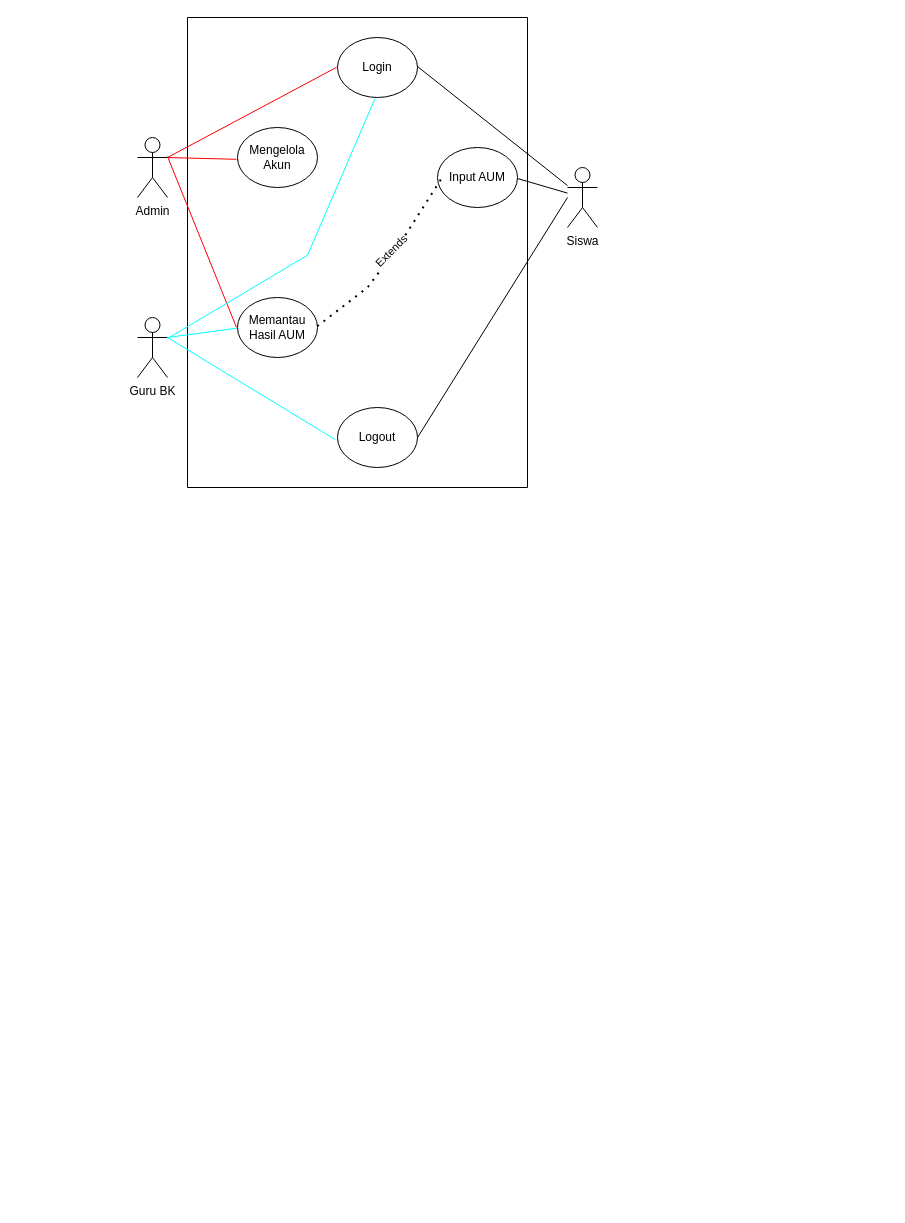
The draw.io diagram High-Level/AUM/Use Case.drawio in Fyonietz/Project-Architectures, before the edit. Source tidied: cells renumbered, new cells numbered last; positions are measured from the earlier drawing's top-left corner, leaving out a move shared by most shapes. Both pictures are drawn from the tidied source at 100%, with x=0, y=0 at pixel (137, 17).
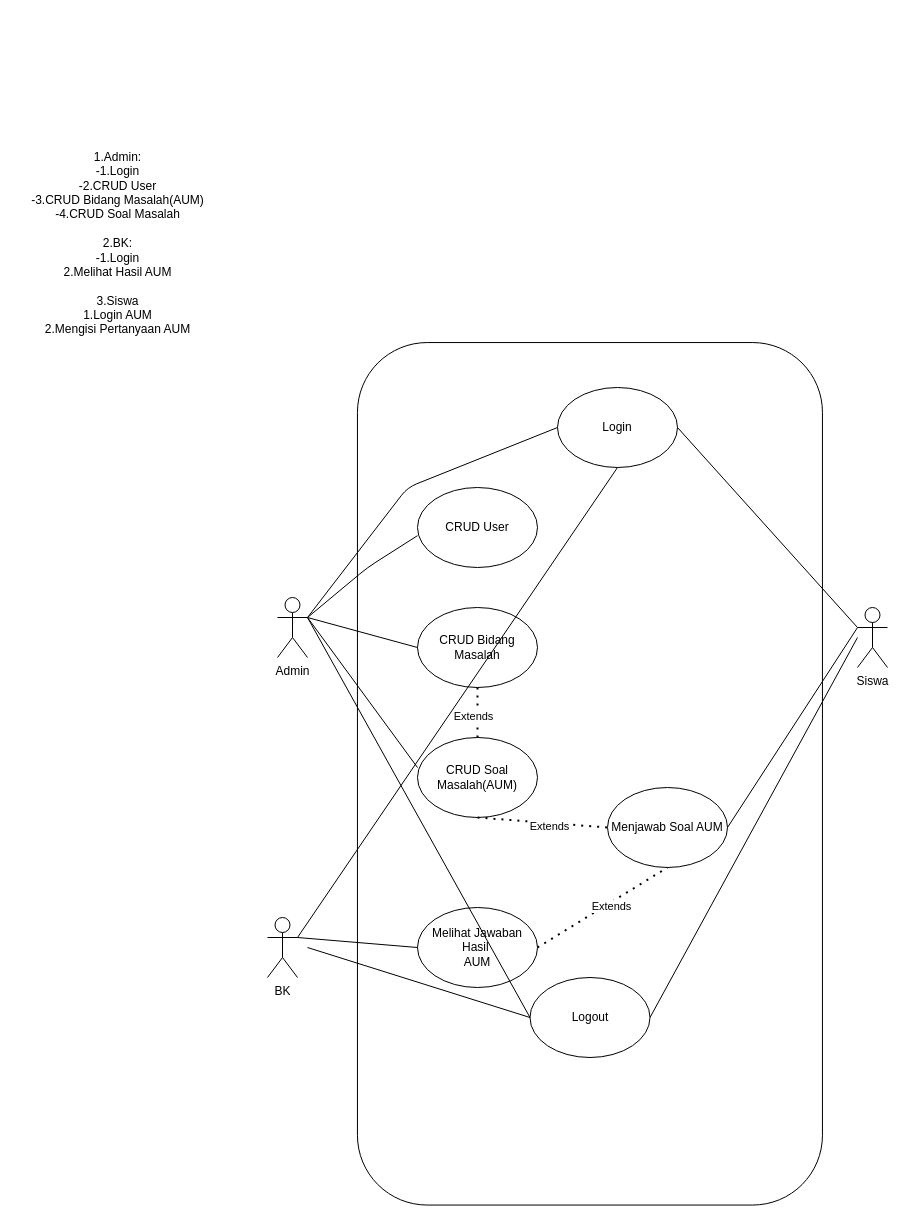
After the change.

The edit, as a diff of the source:
```diff
@@
+    <mxCell id="25" style="rounded=1;whiteSpace=wrap;html=1;rotation=90;" parent="1" vertex="1">
+      <mxGeometry x="21.2" y="523.8" width="862.5" height="465" as="geometry" />
+    </mxCell>
+    <mxCell id="24" value="1.Admin:&lt;div&gt;-1.Logi&lt;span style=&quot;background-color: transparent;&quot;&gt;n&lt;/span&gt;&lt;/div&gt;&lt;div&gt;-2.CRUD User&lt;/div&gt;&lt;div&gt;-3.CRUD Bidang Masalah(AUM)&lt;/div&gt;&lt;div&gt;-4.CRUD Soal Masalah&lt;/div&gt;&lt;div&gt;&lt;br&gt;&lt;/div&gt;&lt;div&gt;2.BK:&lt;/div&gt;&lt;div&gt;-1.Login&lt;/div&gt;&lt;div&gt;2.Melihat Hasil AUM&lt;/div&gt;&lt;div&gt;&lt;br&gt;&lt;/div&gt;&lt;div&gt;3.Siswa&lt;/div&gt;&lt;div&gt;1.Login AUM&lt;/div&gt;&lt;div&gt;2.Mengisi Pertanyaan AUM&lt;br&gt;&lt;div&gt;&lt;span style=&quot;background-color: transparent;&quot;&gt;&lt;br&gt;&lt;/span&gt;&lt;/div&gt;&lt;/div&gt;" style="text;html=1;align=center;verticalAlign=middle;strokeColor=none;fillColor=none;" parent="1" vertex="1">
+      <mxGeometry x="-120" y="128" width="200" height="210" as="geometry" />
+    </mxCell>
+    <mxCell id="8" value="Login" style="ellipse;whiteSpace=wrap;html=1;" parent="1" vertex="1">
+      <mxGeometry x="420" y="370" width="120" height="80" as="geometry" />
+    </mxCell>
+    <mxCell id="26" value="CRUD User" style="ellipse;whiteSpace=wrap;html=1;" parent="1" vertex="1">
+      <mxGeometry x="280" y="470" width="120" height="80" as="geometry" />
+    </mxCell>
+    <mxCell id="27" value="CRUD Bidang Masalah" style="ellipse;whiteSpace=wrap;html=1;" parent="1" vertex="1">
+      <mxGeometry x="280" y="590" width="120" height="80" as="geometry" />
+    </mxCell>
+    <mxCell id="28" value="CRUD Soal Masalah(AUM)" style="ellipse;whiteSpace=wrap;html=1;" parent="1" vertex="1">
+      <mxGeometry x="280" y="720" width="120" height="80" as="geometry" />
+    </mxCell>
+    <mxCell id="29" style="endArrow=none;dashed=1;html=1;dashPattern=1 3;strokeWidth=2;entryX=0.5;entryY=1;entryDx=0;entryDy=0;exitX=0.5;exitY=0;exitDx=0;exitDy=0;" parent="1" edge="1" source="28" target="27">
+      <mxGeometry relative="1" as="geometry" />
+    </mxCell>
+    <mxCell id="30" value="Extends" style="edgeLabel;html=1;align=center;verticalAlign=middle;" parent="29" vertex="1">
+      <mxGeometry x="-0.12" y="5" relative="1" as="geometry" />
+    </mxCell>
     <mxCell id="2" value="Admin" style="shape=umlActor;verticalLabelPosition=bottom;verticalAlign=top;html=1;outlineConnect=0;" parent="1" vertex="1">
-      <mxGeometry y="120" width="30" height="60" as="geometry" />
+      <mxGeometry x="140" y="580" width="30" height="60" as="geometry" />
     </mxCell>
-    <mxCell id="3" value="Guru BK" style="shape=umlActor;verticalLabelPosition=bottom;verticalAlign=top;html=1;outlineConnect=0;" parent="1" vertex="1">
-      <mxGeometry y="300" width="30" height="60" as="geometry" />
-    </mxCell>
+    <mxCell id="31" style="endArrow=none;html=1;entryX=0;entryY=0.5;entryDx=0;entryDy=0;exitX=1;exitY=0.3333333333333333;exitDx=0;exitDy=0;exitPerimeter=0;" parent="1" edge="1" source="2" target="8">
+      <mxGeometry relative="1" as="geometry">
+        <Array as="points">
+          <mxPoint x="270" y="470" />
+        </Array>
+      </mxGeometry>
+    </mxCell>
+    <mxCell id="32" style="endArrow=none;html=1;entryX=0;entryY=0.602;entryDx=0;entryDy=0;entryPerimeter=0;" parent="1" edge="1" target="26">
+      <mxGeometry relative="1" as="geometry">
+        <mxPoint x="170" y="600" as="sourcePoint" />
+        <Array as="points">
+          <mxPoint x="230" y="550" />
+        </Array>
+      </mxGeometry>
+    </mxCell>
+    <mxCell id="33" style="endArrow=none;html=1;entryX=0;entryY=0.5;entryDx=0;entryDy=0;" parent="1" edge="1" target="27">
+      <mxGeometry relative="1" as="geometry">
+        <mxPoint x="170" y="600" as="sourcePoint" />
+      </mxGeometry>
+    </mxCell>
+    <mxCell id="34" style="endArrow=none;html=1;entryX=0;entryY=0.375;entryDx=0;entryDy=0;entryPerimeter=0;exitX=1;exitY=0.3333333333333333;exitDx=0;exitDy=0;exitPerimeter=0;" parent="1" edge="1" source="2" target="28">
+      <mxGeometry relative="1" as="geometry" />
+    </mxCell>
+    <mxCell id="35" value="Menjawab Soal AUM" style="ellipse;whiteSpace=wrap;html=1;" parent="1" vertex="1">
+      <mxGeometry x="470" y="770" width="120" height="80" as="geometry" />
+    </mxCell>
+    <mxCell id="36" style="endArrow=none;dashed=1;html=1;dashPattern=1 3;strokeWidth=2;entryX=0;entryY=0.5;entryDx=0;entryDy=0;exitX=0.5;exitY=1;exitDx=0;exitDy=0;" parent="1" edge="1" source="28" target="35">
+      <mxGeometry relative="1" as="geometry" />
+    </mxCell>
+    <mxCell id="37" value="Extends" style="edgeLabel;html=1;align=center;verticalAlign=middle;" parent="36" vertex="1">
+      <mxGeometry x="0.11" y="-3" relative="1" as="geometry" />
+    </mxCell>
     <mxCell id="4" value="Siswa" style="shape=umlActor;verticalLabelPosition=bottom;verticalAlign=top;html=1;outlineConnect=0;" parent="1" vertex="1">
-      <mxGeometry x="430" y="150" width="30" height="60" as="geometry" />
+      <mxGeometry x="720" y="590" width="30" height="60" as="geometry" />
     </mxCell>
-    <mxCell id="5" value="Mengelola Akun" style="ellipse;whiteSpace=wrap;html=1;" parent="1" vertex="1">
-      <mxGeometry x="100" y="110" width="80" height="60" as="geometry" />
-    </mxCell>
-    <mxCell id="6" value="Memantau Hasil AUM" style="ellipse;whiteSpace=wrap;html=1;" parent="1" vertex="1">
-      <mxGeometry x="100" y="280" width="80" height="60" as="geometry" />
-    </mxCell>
-    <mxCell id="7" value="Input AUM" style="ellipse;whiteSpace=wrap;html=1;" parent="1" vertex="1">
-      <mxGeometry x="300" y="130" width="80" height="60" as="geometry" />
-    </mxCell>
-    <mxCell id="8" value="Login" style="ellipse;whiteSpace=wrap;html=1;" parent="1" vertex="1">
-      <mxGeometry x="200" y="20" width="80" height="60" as="geometry" />
-    </mxCell>
+    <mxCell id="38" style="endArrow=none;html=1;entryX=1;entryY=0.5;entryDx=0;entryDy=0;exitX=0;exitY=0.3333333333333333;exitDx=0;exitDy=0;exitPerimeter=0;" parent="1" edge="1" source="4" target="8">
+      <mxGeometry relative="1" as="geometry" />
+    </mxCell>
+    <mxCell id="39" style="endArrow=none;html=1;entryX=1;entryY=0.5;entryDx=0;entryDy=0;exitX=0;exitY=0.3333333333333333;exitDx=0;exitDy=0;exitPerimeter=0;" parent="1" edge="1" source="4" target="35">
+      <mxGeometry relative="1" as="geometry" />
+    </mxCell>
+    <mxCell id="40" value="Melihat Jawaban Hasil&amp;nbsp;&lt;br&gt;AUM" style="ellipse;whiteSpace=wrap;html=1;" parent="1" vertex="1">
+      <mxGeometry x="280" y="890" width="120" height="80" as="geometry" />
+    </mxCell>
+    <mxCell id="41" style="endArrow=none;dashed=1;html=1;dashPattern=1 3;strokeWidth=2;entryX=0.5;entryY=1;entryDx=0;entryDy=0;exitX=1;exitY=0.5;exitDx=0;exitDy=0;" parent="1" edge="1" source="40" target="35">
+      <mxGeometry relative="1" as="geometry" />
+    </mxCell>
+    <mxCell id="42" value="Extends" style="edgeLabel;html=1;align=center;verticalAlign=middle;" parent="41" vertex="1">
+      <mxGeometry x="0.11" y="-3" relative="1" as="geometry" />
+    </mxCell>
+    <mxCell id="43" value="BK" style="shape=umlActor;verticalLabelPosition=bottom;verticalAlign=top;html=1;outlineConnect=0;" parent="1" vertex="1">
+      <mxGeometry x="130" y="900" width="30" height="60" as="geometry" />
+    </mxCell>
+    <mxCell id="44" style="endArrow=none;html=1;entryX=0;entryY=0.5;entryDx=0;entryDy=0;exitX=1;exitY=0.3333333333333333;exitDx=0;exitDy=0;exitPerimeter=0;" parent="1" edge="1" source="43" target="40">
+      <mxGeometry relative="1" as="geometry" />
+    </mxCell>
+    <mxCell id="45" style="endArrow=none;html=1;entryX=0.5;entryY=1;entryDx=0;entryDy=0;" parent="1" edge="1" target="8">
+      <mxGeometry relative="1" as="geometry">
+        <mxPoint x="160" y="920" as="sourcePoint" />
+      </mxGeometry>
+    </mxCell>
     <mxCell id="9" value="Logout" style="ellipse;whiteSpace=wrap;html=1;" parent="1" vertex="1">
-      <mxGeometry x="200" y="390" width="80" height="60" as="geometry" />
+      <mxGeometry x="392.5" y="960" width="120" height="80" as="geometry" />
     </mxCell>
-    <mxCell id="10" style="endArrow=none;dashed=1;html=1;dashPattern=1 3;strokeWidth=2;rounded=0;entryX=0.046;entryY=0.526;entryDx=0;entryDy=0;entryPerimeter=0;exitX=0.997;exitY=0.48;exitDx=0;exitDy=0;exitPerimeter=0;" parent="1" edge="1" source="6" target="7">
-      <mxGeometry relative="1" as="geometry">
-        <Array as="points">
-          <mxPoint x="230" y="270" />
-          <mxPoint x="260" y="230" />
-        </Array>
-      </mxGeometry>
-    </mxCell>
-    <mxCell id="11" value="Extends" style="edgeLabel;html=1;align=center;verticalAlign=middle;rotation=-45;" parent="10" vertex="1">
-      <mxGeometry x="0.09" y="3" relative="1" as="geometry" />
-    </mxCell>
-    <mxCell id="12" style="endArrow=none;html=1;rounded=0;" parent="1" edge="1">
-      <mxGeometry relative="1" as="geometry">
-        <mxPoint x="50" y="470" as="sourcePoint" />
-        <mxPoint x="50" as="targetPoint" />
-      </mxGeometry>
-    </mxCell>
-    <mxCell id="13" style="endArrow=none;html=1;rounded=0;" parent="1" edge="1">
-      <mxGeometry relative="1" as="geometry">
-        <mxPoint x="390" y="470" as="sourcePoint" />
-        <mxPoint x="390" as="targetPoint" />
-      </mxGeometry>
-    </mxCell>
-    <mxCell id="14" style="endArrow=none;html=1;rounded=0;" parent="1" edge="1">
-      <mxGeometry relative="1" as="geometry">
-        <mxPoint x="390" y="470" as="sourcePoint" />
-        <mxPoint x="50" y="470" as="targetPoint" />
-      </mxGeometry>
-    </mxCell>
-    <mxCell id="15" style="endArrow=none;html=1;rounded=0;" parent="1" edge="1">
-      <mxGeometry relative="1" as="geometry">
-        <mxPoint x="390" as="sourcePoint" />
-        <mxPoint x="50" as="targetPoint" />
-      </mxGeometry>
-    </mxCell>
-    <mxCell id="16" style="endArrow=none;html=1;rounded=0;entryX=-0.009;entryY=0.495;entryDx=0;entryDy=0;entryPerimeter=0;strokeColor=#FF0000;" parent="1" edge="1" target="8">
-      <mxGeometry relative="1" as="geometry">
-        <mxPoint x="30" y="140" as="sourcePoint" />
-      </mxGeometry>
-    </mxCell>
-    <mxCell id="17" style="endArrow=none;html=1;rounded=0;entryX=-0.013;entryY=0.53;entryDx=0;entryDy=0;entryPerimeter=0;strokeColor=#FF0000;" parent="1" edge="1" target="5">
-      <mxGeometry relative="1" as="geometry">
-        <mxPoint x="30" y="140" as="sourcePoint" />
-      </mxGeometry>
-    </mxCell>
-    <mxCell id="18" style="endArrow=none;html=1;rounded=0;entryX=-0.012;entryY=0.5;entryDx=0;entryDy=0;entryPerimeter=0;strokeColor=#FF0000;" parent="1" edge="1" target="6">
-      <mxGeometry relative="1" as="geometry">
-        <mxPoint x="30" y="139" as="sourcePoint" />
-      </mxGeometry>
-    </mxCell>
-    <mxCell id="19" style="endArrow=none;html=1;rounded=0;entryX=0.467;entryY=1.024;entryDx=0;entryDy=0;entryPerimeter=0;strokeColor=#00FFFF;" parent="1" edge="1" source="3" target="8">
-      <mxGeometry relative="1" as="geometry">
-        <Array as="points">
-          <mxPoint x="170" y="237.7" />
-        </Array>
-      </mxGeometry>
-    </mxCell>
-    <mxCell id="20" style="endArrow=none;html=1;rounded=0;entryX=-0.005;entryY=0.511;entryDx=0;entryDy=0;entryPerimeter=0;strokeColor=#00FFFF;" parent="1" edge="1" target="6">
-      <mxGeometry relative="1" as="geometry">
-        <mxPoint x="30" y="320" as="sourcePoint" />
-      </mxGeometry>
-    </mxCell>
-    <mxCell id="21" style="endArrow=none;html=1;rounded=0;entryX=-0.033;entryY=0.53;entryDx=0;entryDy=0;entryPerimeter=0;strokeColor=#00FFFF;" parent="1" edge="1" target="9">
-      <mxGeometry relative="1" as="geometry">
-        <mxPoint x="30" y="320" as="sourcePoint" />
-      </mxGeometry>
-    </mxCell>
-    <mxCell id="22" style="endArrow=none;html=1;rounded=0;" parent="1" edge="1" source="4">
-      <mxGeometry relative="1" as="geometry">
-        <mxPoint x="280" y="49" as="targetPoint" />
-      </mxGeometry>
-    </mxCell>
-    <mxCell id="23" style="endArrow=none;html=1;rounded=0;" parent="1" edge="1" source="4">
-      <mxGeometry relative="1" as="geometry">
-        <mxPoint x="380" y="161" as="targetPoint" />
-      </mxGeometry>
-    </mxCell>
-    <mxCell id="24" style="endArrow=none;html=1;rounded=0;" parent="1" edge="1">
-      <mxGeometry relative="1" as="geometry">
-        <mxPoint x="430" y="180" as="sourcePoint" />
-        <mxPoint x="280" y="420" as="targetPoint" />
-      </mxGeometry>
-    </mxCell>
+    <mxCell id="46" style="endArrow=none;html=1;entryX=0;entryY=0.5;entryDx=0;entryDy=0;exitX=1;exitY=0.3333333333333333;exitDx=0;exitDy=0;exitPerimeter=0;" parent="1" edge="1" target="9">
+      <mxGeometry relative="1" as="geometry">
+        <mxPoint x="170" y="600" as="sourcePoint" />
+      </mxGeometry>
+    </mxCell>
+    <mxCell id="47" style="endArrow=none;html=1;exitX=1;exitY=0.5;exitDx=0;exitDy=0;" parent="1" edge="1" source="9">
+      <mxGeometry relative="1" as="geometry">
+        <mxPoint x="720" y="620" as="targetPoint" />
+      </mxGeometry>
+    </mxCell>
+    <mxCell id="48" style="endArrow=none;html=1;entryX=0;entryY=0.5;entryDx=0;entryDy=0;" parent="1" edge="1" target="9">
+      <mxGeometry relative="1" as="geometry">
+        <mxPoint x="170" y="930" as="sourcePoint" />
+      </mxGeometry>
+    </mxCell>
```
